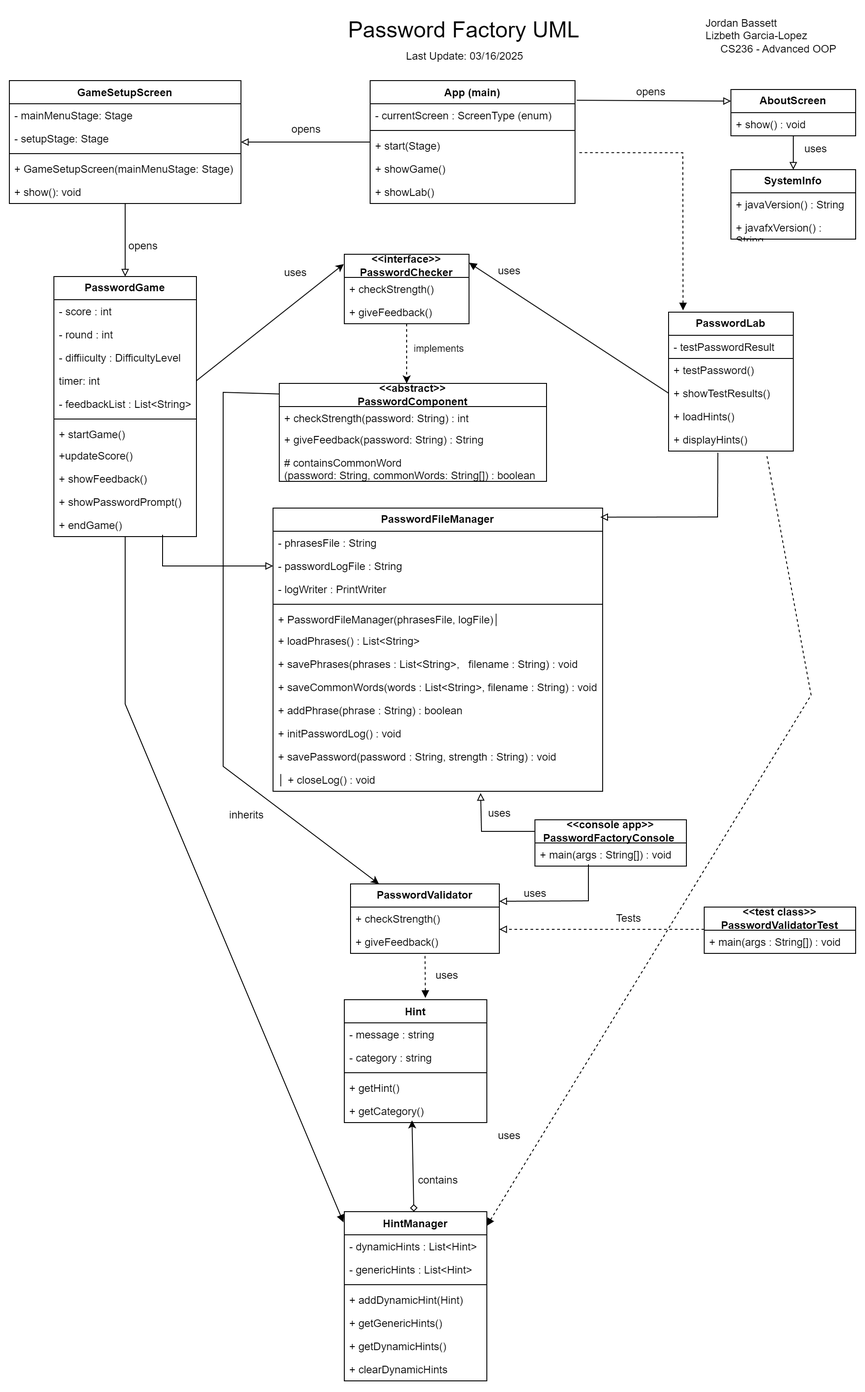
The draw.io diagram docs/Password Factory UML.png in Flareprime/PasswordFactory, before a commit. Source tidied: cells renumbered, new cells last; positions are measured from the earlier drawing's top-left corner, leaving out a move shared by most shapes.
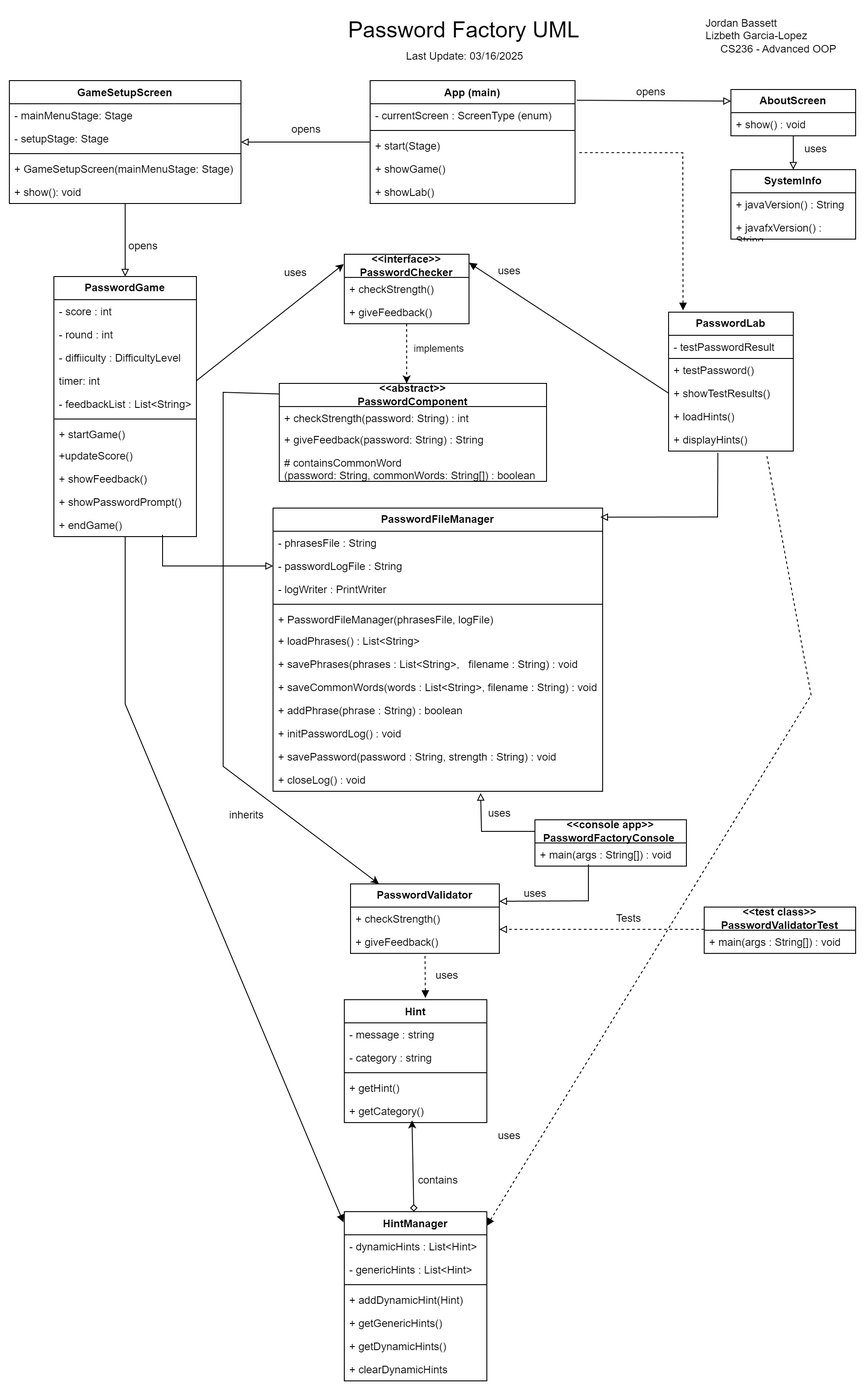
The same diagram one commit later.

Diff of the diagram source:
```diff
@@ -261,7 +261,7 @@
     <mxCell id="79" style="line;strokeWidth=1;fillColor=none;align=left;verticalAlign=middle;spacingTop=-1;spacingLeft=3;spacingRight=3;labelPosition=right;strokeColor=inherit;" parent="75" vertex="1">
       <mxGeometry y="104" width="370" height="8" as="geometry" />
     </mxCell>
-    <mxCell id="80" value="+ PasswordFileManager(phrasesFile, logFile)│" style="text;strokeColor=none;fillColor=none;align=left;verticalAlign=top;spacingLeft=4;spacingRight=4;overflow=hidden;whiteSpace=wrap;html=1;" parent="75" vertex="1">
+    <mxCell id="80" value="+ PasswordFileManager(phrasesFile, logFile)" style="text;strokeColor=none;fillColor=none;align=left;verticalAlign=top;spacingLeft=4;spacingRight=4;overflow=hidden;whiteSpace=wrap;html=1;" parent="75" vertex="1">
       <mxGeometry y="112" width="370" height="24" as="geometry" />
     </mxCell>
     <mxCell id="81" value="+ loadPhrases() : List&amp;lt;String&amp;gt;&amp;nbsp;" style="text;strokeColor=none;fillColor=none;align=left;verticalAlign=top;spacingLeft=4;spacingRight=4;overflow=hidden;whiteSpace=wrap;html=1;" parent="75" vertex="1">
@@ -282,7 +282,7 @@
     <mxCell id="86" value="&lt;div&gt;+ savePassword(password : String,&amp;nbsp;&lt;span style=&quot;background-color: transparent; color: light-dark(rgb(0, 0, 0), rgb(255, 255, 255));&quot;&gt;strength : String) : void&amp;nbsp;&amp;nbsp;&lt;/span&gt;&lt;/div&gt;" style="text;strokeColor=none;fillColor=none;align=left;verticalAlign=top;spacingLeft=4;spacingRight=4;overflow=hidden;whiteSpace=wrap;html=1;" parent="75" vertex="1">
       <mxGeometry y="266" width="370" height="26" as="geometry" />
     </mxCell>
-    <mxCell id="87" value="│ + closeLog() : void" style="text;strokeColor=none;fillColor=none;align=left;verticalAlign=top;spacingLeft=4;spacingRight=4;overflow=hidden;whiteSpace=wrap;html=1;" parent="75" vertex="1">
+    <mxCell id="87" value="+ closeLog() : void" style="text;strokeColor=none;fillColor=none;align=left;verticalAlign=top;spacingLeft=4;spacingRight=4;overflow=hidden;whiteSpace=wrap;html=1;" parent="75" vertex="1">
       <mxGeometry y="292" width="370" height="26" as="geometry" />
     </mxCell>
     <mxCell id="88" style="endArrow=block;html=1;rounded=0;exitX=0.395;exitY=1.068;exitDx=0;exitDy=0;exitPerimeter=0;entryX=0.993;entryY=0.032;entryDx=0;entryDy=0;entryPerimeter=0;endFill=0;" parent="1" edge="1" source="19" target="75">
```
